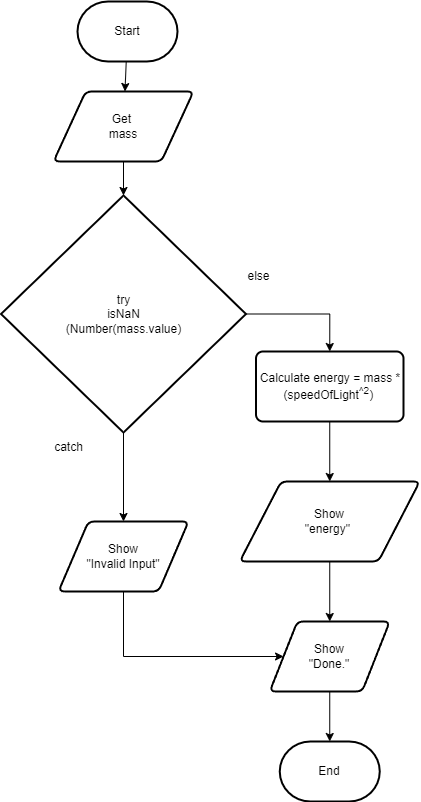
Earlier version of the draw.io export Unit1-02/design/flowchart.png (evan-beaudoin99/ICS4U-Unit1-Evan-Beaudoin). Source tidied: cells renumbered, new cells last; positions are measured from the earlier drawing's top-left corner, leaving out a move shared by most shapes.
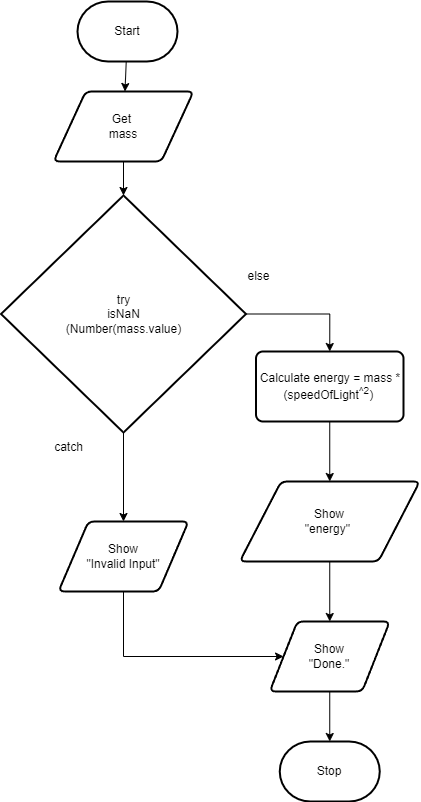
Above is the later version.

Change to the diagram source:
```diff
@@ -45,7 +45,7 @@
     <mxCell id="14" value="Show&lt;br&gt;&quot;Done.&quot;" style="shape=parallelogram;html=1;strokeWidth=2;perimeter=parallelogramPerimeter;whiteSpace=wrap;rounded=1;arcSize=12;size=0.23;" parent="1" vertex="1">
       <mxGeometry x="268.2" y="620" width="120" height="70" as="geometry" />
     </mxCell>
-    <mxCell id="15" value="End" style="strokeWidth=2;html=1;shape=mxgraph.flowchart.terminator;whiteSpace=wrap;" parent="1" vertex="1">
+    <mxCell id="15" value="Stop" style="strokeWidth=2;html=1;shape=mxgraph.flowchart.terminator;whiteSpace=wrap;" parent="1" vertex="1">
       <mxGeometry x="278.2" y="740" width="100" height="60" as="geometry" />
     </mxCell>
     <mxCell id="16" value="catch" style="text;html=1;align=center;verticalAlign=middle;strokeColor=none;fillColor=none;" parent="1" vertex="1">
```
